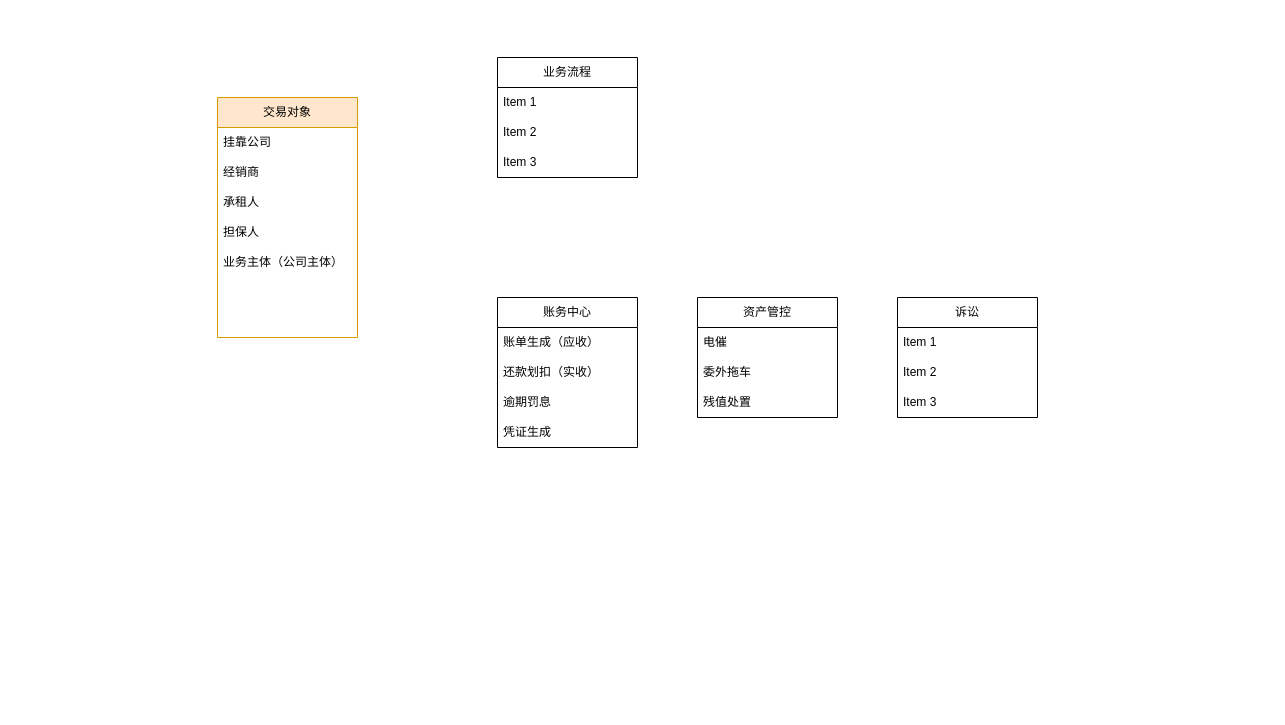
The draw.io diagram 融资租赁-domain划分.drawio in XiongZen/QJReconstitution, before the edit. Source tidied: cells renumbered, new cells numbered last; positions are measured from the earlier drawing's top-left corner, leaving out a move shared by most shapes. Both pictures are drawn from the tidied source at 100%, with x=0, y=0 at pixel (217, 57).
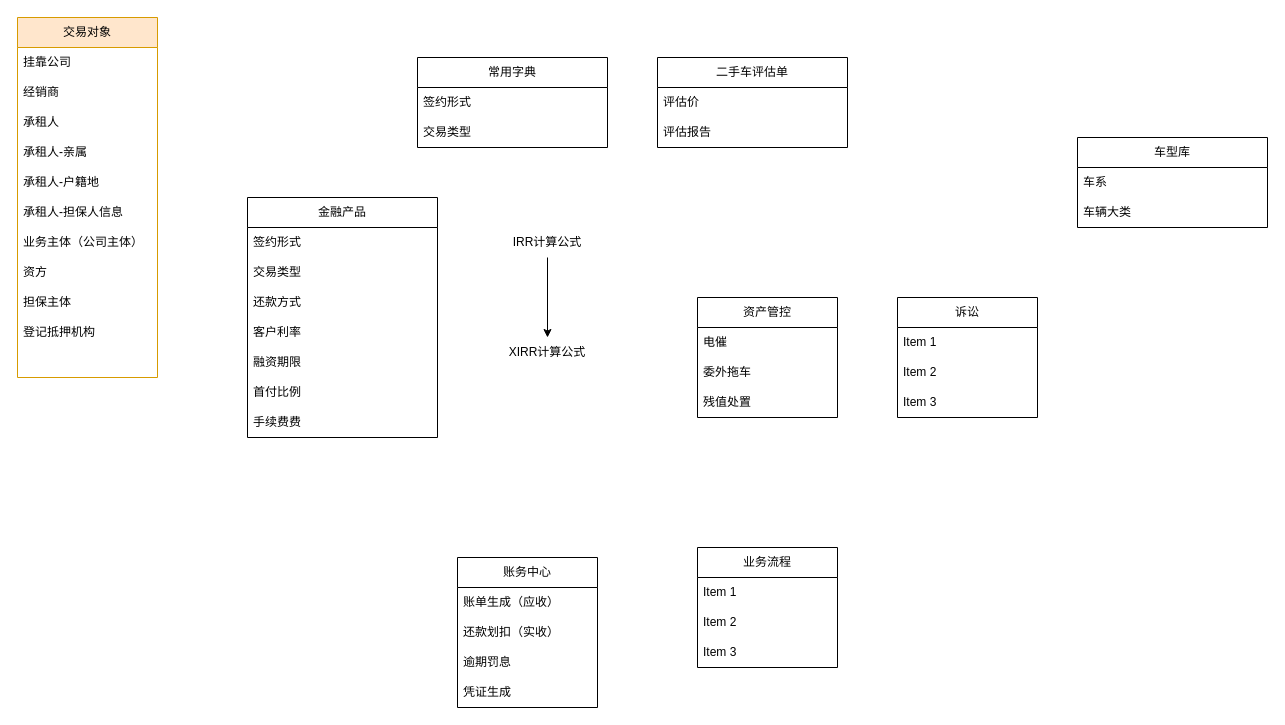
The same page after the edit.

Commit message:
更新金融产品

Change to the diagram source:
```diff
@@
     <mxCell id="2" value="交易对象" style="swimlane;fontStyle=0;horizontal=1;startSize=30;whiteSpace=wrap;html=1;fillColor=#ffe6cc;strokeColor=#d79b00;" parent="1" vertex="1">
-      <mxGeometry y="40" width="140" height="240" as="geometry" />
+      <mxGeometry x="-200" y="-40" width="140" height="360" as="geometry" />
     </mxCell>
@@
+    <mxCell id="27" value="承租人-亲属" style="text;strokeColor=none;fillColor=none;align=left;verticalAlign=middle;spacingLeft=4;spacingRight=4;overflow=hidden;whiteSpace=wrap;html=1;" parent="2" vertex="1">
+      <mxGeometry y="120" width="140" height="30" as="geometry" />
+    </mxCell>
+    <mxCell id="28" value="承租人-户籍地" style="text;strokeColor=none;fillColor=none;align=left;verticalAlign=middle;spacingLeft=4;spacingRight=4;overflow=hidden;whiteSpace=wrap;html=1;" parent="2" vertex="1">
+      <mxGeometry y="150" width="140" height="30" as="geometry" />
+    </mxCell>
-    <mxCell id="6" value="担保人" style="text;strokeColor=none;fillColor=none;align=left;verticalAlign=middle;spacingLeft=4;spacingRight=4;overflow=hidden;whiteSpace=wrap;html=1;" parent="2" vertex="1">
-      <mxGeometry y="120" width="140" height="30" as="geometry" />
+    <mxCell id="6" value="承租人-担保人信息" style="text;strokeColor=none;fillColor=none;align=left;verticalAlign=middle;spacingLeft=4;spacingRight=4;overflow=hidden;whiteSpace=wrap;html=1;" parent="2" vertex="1">
+      <mxGeometry y="180" width="140" height="30" as="geometry" />
     </mxCell>
     <mxCell id="7" value="业务主体（公司主体）" style="text;strokeColor=none;fillColor=none;align=left;verticalAlign=middle;spacingLeft=4;spacingRight=4;overflow=hidden;whiteSpace=wrap;html=1;" parent="2" vertex="1">
-      <mxGeometry y="150" width="140" height="30" as="geometry" />
+      <mxGeometry y="210" width="140" height="30" as="geometry" />
     </mxCell>
-    <mxCell id="8" style="text;strokeColor=none;fillColor=none;align=left;verticalAlign=middle;spacingLeft=4;spacingRight=4;overflow=hidden;whiteSpace=wrap;html=1;" parent="2" vertex="1">
-      <mxGeometry y="180" width="140" height="30" as="geometry" />
+    <mxCell id="8" value="资方" style="text;strokeColor=none;fillColor=none;align=left;verticalAlign=middle;spacingLeft=4;spacingRight=4;overflow=hidden;whiteSpace=wrap;html=1;" parent="2" vertex="1">
+      <mxGeometry y="240" width="140" height="30" as="geometry" />
     </mxCell>
+    <mxCell id="29" value="担保主体" style="text;strokeColor=none;fillColor=none;align=left;verticalAlign=middle;spacingLeft=4;spacingRight=4;overflow=hidden;whiteSpace=wrap;html=1;" parent="2" vertex="1">
+      <mxGeometry y="270" width="140" height="30" as="geometry" />
+    </mxCell>
+    <mxCell id="30" value="登记抵押机构" style="text;strokeColor=none;fillColor=none;align=left;verticalAlign=middle;spacingLeft=4;spacingRight=4;overflow=hidden;whiteSpace=wrap;html=1;" parent="2" vertex="1">
+      <mxGeometry y="300" width="140" height="30" as="geometry" />
+    </mxCell>
     <mxCell id="9" style="text;strokeColor=none;fillColor=none;align=left;verticalAlign=middle;spacingLeft=4;spacingRight=4;overflow=hidden;whiteSpace=wrap;html=1;" parent="2" vertex="1">
-      <mxGeometry y="210" width="140" height="30" as="geometry" />
+      <mxGeometry y="330" width="140" height="30" as="geometry" />
     </mxCell>
     <mxCell id="10" value="业务流程" style="swimlane;fontStyle=0;horizontal=1;startSize=30;whiteSpace=wrap;html=1;" parent="1" vertex="1">
-      <mxGeometry x="280" width="140" height="120" as="geometry" />
+      <mxGeometry x="480" y="490" width="140" height="120" as="geometry" />
     </mxCell>
@@
     <mxCell id="14" value="账务中心" style="swimlane;fontStyle=0;horizontal=1;startSize=30;whiteSpace=wrap;html=1;" parent="1" vertex="1">
-      <mxGeometry x="280" y="240" width="140" height="150" as="geometry" />
+      <mxGeometry x="240" y="500" width="140" height="150" as="geometry" />
     </mxCell>
@@
+    <mxCell id="31" value="常用字典" style="swimlane;fontStyle=0;horizontal=1;startSize=30;whiteSpace=wrap;html=1;" parent="1" vertex="1">
+      <mxGeometry x="200" width="190" height="90" as="geometry" />
+    </mxCell>
+    <mxCell id="32" value="签约形式" style="text;strokeColor=none;fillColor=none;align=left;verticalAlign=middle;spacingLeft=4;spacingRight=4;overflow=hidden;whiteSpace=wrap;html=1;" parent="31" vertex="1">
+      <mxGeometry y="30" width="190" height="30" as="geometry" />
+    </mxCell>
+    <mxCell id="33" value="交易类型" style="text;strokeColor=none;fillColor=none;align=left;verticalAlign=middle;spacingLeft=4;spacingRight=4;overflow=hidden;whiteSpace=wrap;html=1;" parent="31" vertex="1">
+      <mxGeometry y="60" width="190" height="30" as="geometry" />
+    </mxCell>
+    <mxCell id="34" value="二手车评估单" style="swimlane;fontStyle=0;horizontal=1;startSize=30;whiteSpace=wrap;html=1;" parent="1" vertex="1">
+      <mxGeometry x="440" width="190" height="90" as="geometry" />
+    </mxCell>
+    <mxCell id="35" value="评估价" style="text;strokeColor=none;fillColor=none;align=left;verticalAlign=middle;spacingLeft=4;spacingRight=4;overflow=hidden;whiteSpace=wrap;html=1;" parent="34" vertex="1">
+      <mxGeometry y="30" width="190" height="30" as="geometry" />
+    </mxCell>
+    <mxCell id="36" value="评估报告" style="text;strokeColor=none;fillColor=none;align=left;verticalAlign=middle;spacingLeft=4;spacingRight=4;overflow=hidden;whiteSpace=wrap;html=1;" parent="34" vertex="1">
+      <mxGeometry y="60" width="190" height="30" as="geometry" />
+    </mxCell>
+    <mxCell id="37" value="车型库" style="swimlane;fontStyle=0;horizontal=1;startSize=30;whiteSpace=wrap;html=1;" parent="1" vertex="1">
+      <mxGeometry x="860" y="80" width="190" height="90" as="geometry" />
+    </mxCell>
+    <mxCell id="38" value="车系" style="text;strokeColor=none;fillColor=none;align=left;verticalAlign=middle;spacingLeft=4;spacingRight=4;overflow=hidden;whiteSpace=wrap;html=1;" parent="37" vertex="1">
+      <mxGeometry y="30" width="190" height="30" as="geometry" />
+    </mxCell>
+    <mxCell id="39" value="车辆大类" style="text;strokeColor=none;fillColor=none;align=left;verticalAlign=middle;spacingLeft=4;spacingRight=4;overflow=hidden;whiteSpace=wrap;html=1;" parent="37" vertex="1">
+      <mxGeometry y="60" width="190" height="30" as="geometry" />
+    </mxCell>
+    <mxCell id="40" value="金融产品" style="swimlane;fontStyle=0;horizontal=1;startSize=30;whiteSpace=wrap;html=1;" parent="1" vertex="1">
+      <mxGeometry x="30" y="140" width="190" height="240" as="geometry" />
+    </mxCell>
+    <mxCell id="41" value="签约形式" style="text;strokeColor=none;fillColor=none;align=left;verticalAlign=middle;spacingLeft=4;spacingRight=4;overflow=hidden;whiteSpace=wrap;html=1;" parent="40" vertex="1">
+      <mxGeometry y="30" width="190" height="30" as="geometry" />
+    </mxCell>
+    <mxCell id="42" value="交易类型" style="text;strokeColor=none;fillColor=none;align=left;verticalAlign=middle;spacingLeft=4;spacingRight=4;overflow=hidden;whiteSpace=wrap;html=1;" parent="40" vertex="1">
+      <mxGeometry y="60" width="190" height="30" as="geometry" />
+    </mxCell>
+    <mxCell id="43" value="还款方式" style="text;strokeColor=none;fillColor=none;align=left;verticalAlign=middle;spacingLeft=4;spacingRight=4;overflow=hidden;whiteSpace=wrap;html=1;" parent="40" vertex="1">
+      <mxGeometry y="90" width="190" height="30" as="geometry" />
+    </mxCell>
+    <mxCell id="44" value="客户利率" style="text;strokeColor=none;fillColor=none;align=left;verticalAlign=middle;spacingLeft=4;spacingRight=4;overflow=hidden;whiteSpace=wrap;html=1;" parent="40" vertex="1">
+      <mxGeometry y="120" width="190" height="30" as="geometry" />
+    </mxCell>
+    <mxCell id="45" value="融资期限" style="text;strokeColor=none;fillColor=none;align=left;verticalAlign=middle;spacingLeft=4;spacingRight=4;overflow=hidden;whiteSpace=wrap;html=1;" parent="40" vertex="1">
+      <mxGeometry y="150" width="190" height="30" as="geometry" />
+    </mxCell>
+    <mxCell id="46" value="首付比例" style="text;strokeColor=none;fillColor=none;align=left;verticalAlign=middle;spacingLeft=4;spacingRight=4;overflow=hidden;whiteSpace=wrap;html=1;" parent="40" vertex="1">
+      <mxGeometry y="180" width="190" height="30" as="geometry" />
+    </mxCell>
+    <mxCell id="47" value="手续费费" style="text;strokeColor=none;fillColor=none;align=left;verticalAlign=middle;spacingLeft=4;spacingRight=4;overflow=hidden;whiteSpace=wrap;html=1;" parent="40" vertex="1">
+      <mxGeometry y="210" width="190" height="30" as="geometry" />
+    </mxCell>
+    <mxCell id="48" style="edgeStyle=orthogonalEdgeStyle;rounded=0;jettySize=auto;html=1;" parent="1" edge="1" source="49" target="50">
+      <mxGeometry relative="1" as="geometry" />
+    </mxCell>
+    <mxCell id="49" value="IRR计算公式" style="text;html=1;strokeColor=none;fillColor=none;align=center;verticalAlign=middle;whiteSpace=wrap;rounded=0;" parent="1" vertex="1">
+      <mxGeometry x="290" y="170" width="80" height="30" as="geometry" />
+    </mxCell>
+    <mxCell id="50" value="XIRR计算公式" style="text;html=1;strokeColor=none;fillColor=none;align=center;verticalAlign=middle;whiteSpace=wrap;rounded=0;" parent="1" vertex="1">
+      <mxGeometry x="290" y="280" width="80" height="30" as="geometry" />
+    </mxCell>
```
